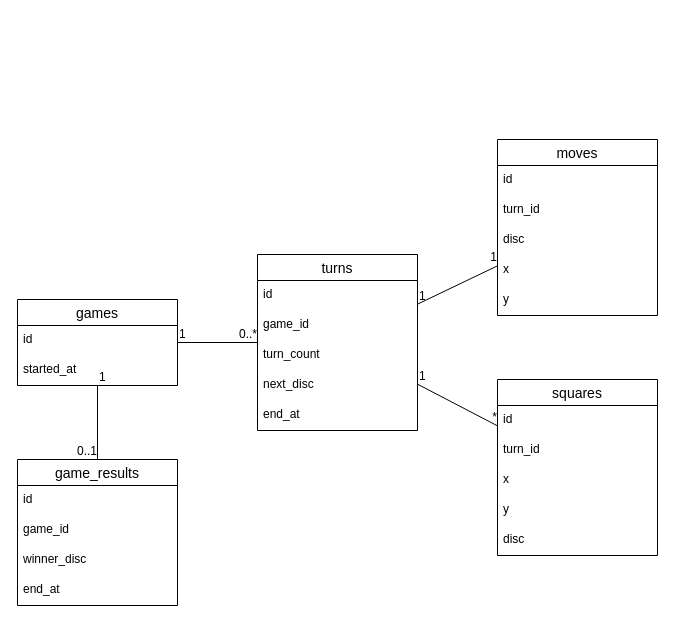
Earlier version of the draw.io diagram docs/er.drawio (tokatu4561/reversi). Source tidied: cells renumbered, new cells numbered last; positions are measured from the earlier drawing's top-left corner, leaving out a move shared by most shapes. Both pictures are drawn from the tidied source at 100%, with x=0, y=0 at pixel (17, 139).
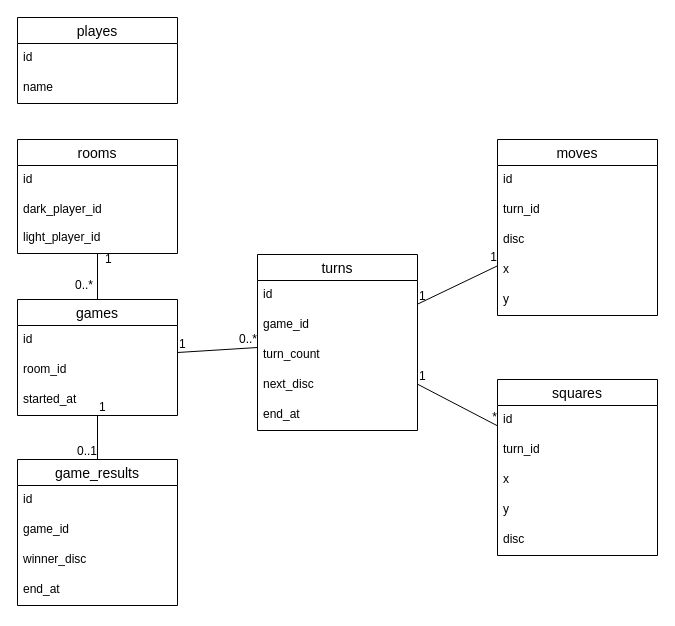
The same page after the edit.

Commit message (it also covers changes not shown here):
add room & relation to game

Diff of the diagram source:
```diff
@@
     <mxCell id="2" value="games" style="swimlane;fontStyle=0;horizontal=1;startSize=26;align=center;fontSize=14;" parent="1" vertex="1">
-      <mxGeometry y="160" width="160" height="86" as="geometry" />
+      <mxGeometry y="160" width="160" height="116" as="geometry" />
     </mxCell>
@@
+    <mxCell id="40" value="room_id&#10;" style="text;strokeColor=none;fillColor=none;spacingLeft=4;spacingRight=4;overflow=hidden;fontSize=12;" parent="2" vertex="1">
+      <mxGeometry y="56" width="160" height="30" as="geometry" />
+    </mxCell>
     <mxCell id="4" value="started_at" style="text;strokeColor=none;fillColor=none;spacingLeft=4;spacingRight=4;overflow=hidden;fontSize=12;" parent="2" vertex="1">
-      <mxGeometry y="56" width="160" height="30" as="geometry" />
+      <mxGeometry y="86" width="160" height="30" as="geometry" />
     </mxCell>
@@
+    <mxCell id="41" value="playes" style="swimlane;fontStyle=0;horizontal=1;startSize=26;align=center;fontSize=14;" parent="1" vertex="1">
+      <mxGeometry y="-122" width="160" height="86" as="geometry" />
+    </mxCell>
+    <mxCell id="42" value="id" style="text;strokeColor=none;fillColor=none;spacingLeft=4;spacingRight=4;overflow=hidden;fontSize=12;" parent="41" vertex="1">
+      <mxGeometry y="26" width="160" height="30" as="geometry" />
+    </mxCell>
+    <mxCell id="43" value="name&#10;" style="text;strokeColor=none;fillColor=none;spacingLeft=4;spacingRight=4;overflow=hidden;fontSize=12;" parent="41" vertex="1">
+      <mxGeometry y="56" width="160" height="30" as="geometry" />
+    </mxCell>
+    <mxCell id="44" value="rooms" style="swimlane;fontStyle=0;horizontal=1;startSize=26;align=center;fontSize=14;" parent="1" vertex="1">
+      <mxGeometry width="160" height="114" as="geometry" />
+    </mxCell>
+    <mxCell id="45" value="id" style="text;strokeColor=none;fillColor=none;spacingLeft=4;spacingRight=4;overflow=hidden;fontSize=12;" parent="44" vertex="1">
+      <mxGeometry y="26" width="160" height="30" as="geometry" />
+    </mxCell>
+    <mxCell id="46" value="dark_player_id&#10;" style="text;strokeColor=none;fillColor=none;spacingLeft=4;spacingRight=4;overflow=hidden;fontSize=12;" parent="44" vertex="1">
+      <mxGeometry y="56" width="160" height="28" as="geometry" />
+    </mxCell>
+    <mxCell id="47" value="light_player_id&#10;" style="text;strokeColor=none;fillColor=none;spacingLeft=4;spacingRight=4;overflow=hidden;fontSize=12;" parent="44" vertex="1">
+      <mxGeometry y="84" width="160" height="30" as="geometry" />
+    </mxCell>
+    <mxCell id="48" style="endArrow=none;html=1;rounded=0;entryX=0.5;entryY=0;entryDx=0;entryDy=0;" parent="1" edge="1" source="44" target="2">
+      <mxGeometry relative="1" as="geometry" />
+    </mxCell>
+    <mxCell id="49" value="1" style="html=1;align=left;verticalAlign=bottom;" parent="48" vertex="1">
+      <mxGeometry x="-1" relative="1" as="geometry">
+        <mxPoint x="6" y="14" as="offset" />
+      </mxGeometry>
+    </mxCell>
+    <mxCell id="50" value="0..*" style="html=1;align=right;verticalAlign=bottom;" parent="48" vertex="1">
+      <mxGeometry x="1" relative="1" as="geometry">
+        <mxPoint x="-4" y="-6" as="offset" />
+      </mxGeometry>
+    </mxCell>
```
